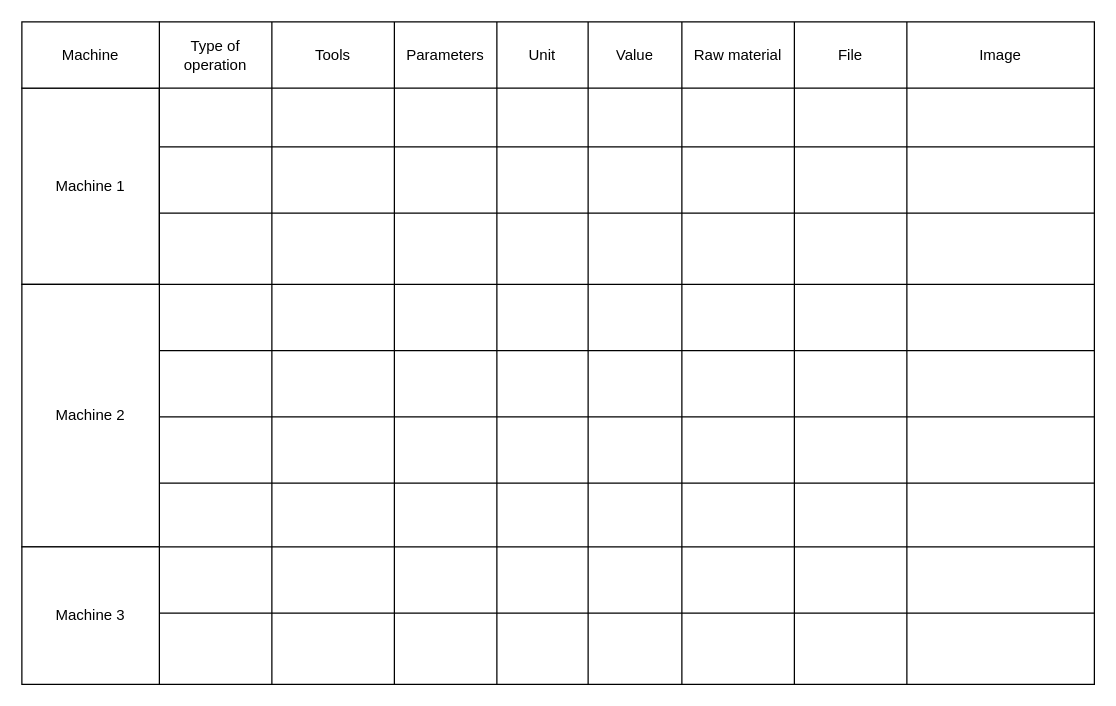
Earlier version of the draw.io diagram Machining parameters.drawio (amerezoji1362/drawio-github). Source tidied: cells renumbered, new cells numbered last; positions are measured from the earlier drawing's top-left corner, leaving out a move shared by most shapes. Both pictures are drawn from the tidied source at 125%, with x=0, y=0 at pixel (21, 21).
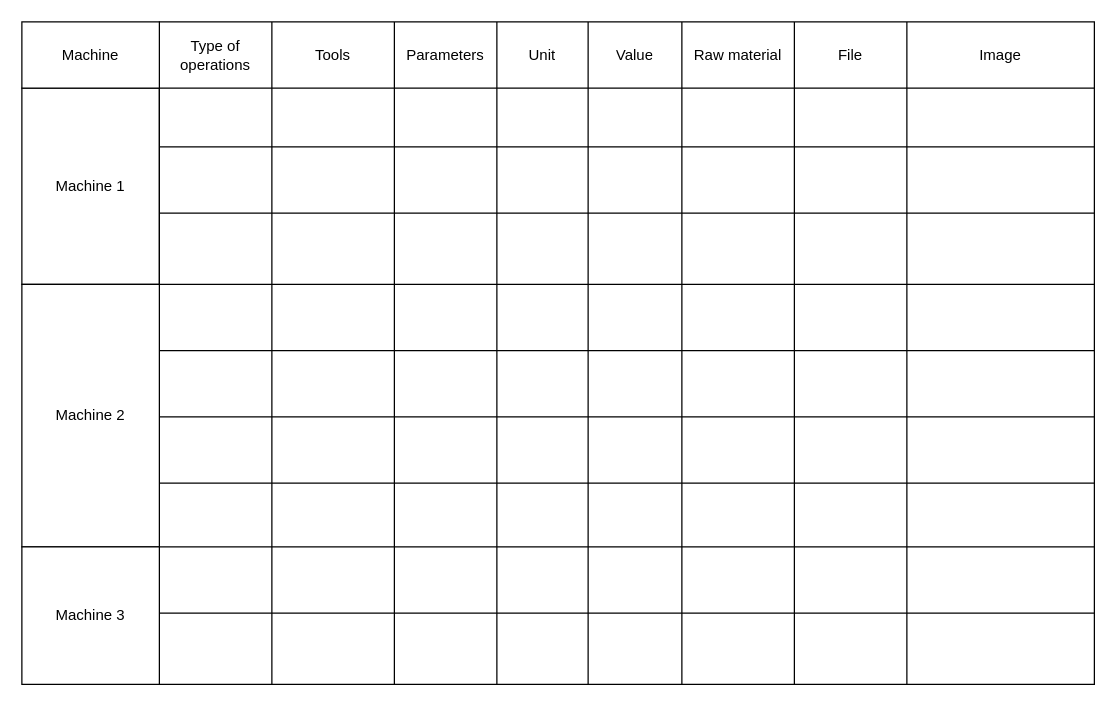
The same diagram, later.

The change refers to these unchanged cells:
```xml
<mxCell id="6" style="shape=partialRectangle;fillColor=none;top=0;left=0;bottom=0;right=0;" parent="5" vertex="1">
  <mxGeometry width="748" height="53" as="geometry" />
</mxCell>
```

Diff of the diagram source:
```diff
@@
-    <mxCell id="7" value="Type of operation" style="shape=partialRectangle;html=1;whiteSpace=wrap;overflow=hidden;fillColor=none;top=0;left=0;bottom=0;right=0;" parent="6" vertex="1">
+    <mxCell id="7" value="Type of operations" style="shape=partialRectangle;html=1;whiteSpace=wrap;overflow=hidden;fillColor=none;top=0;left=0;bottom=0;right=0;" parent="6" vertex="1">
       <mxGeometry width="90" height="53" as="geometry" />
     </mxCell>
```
